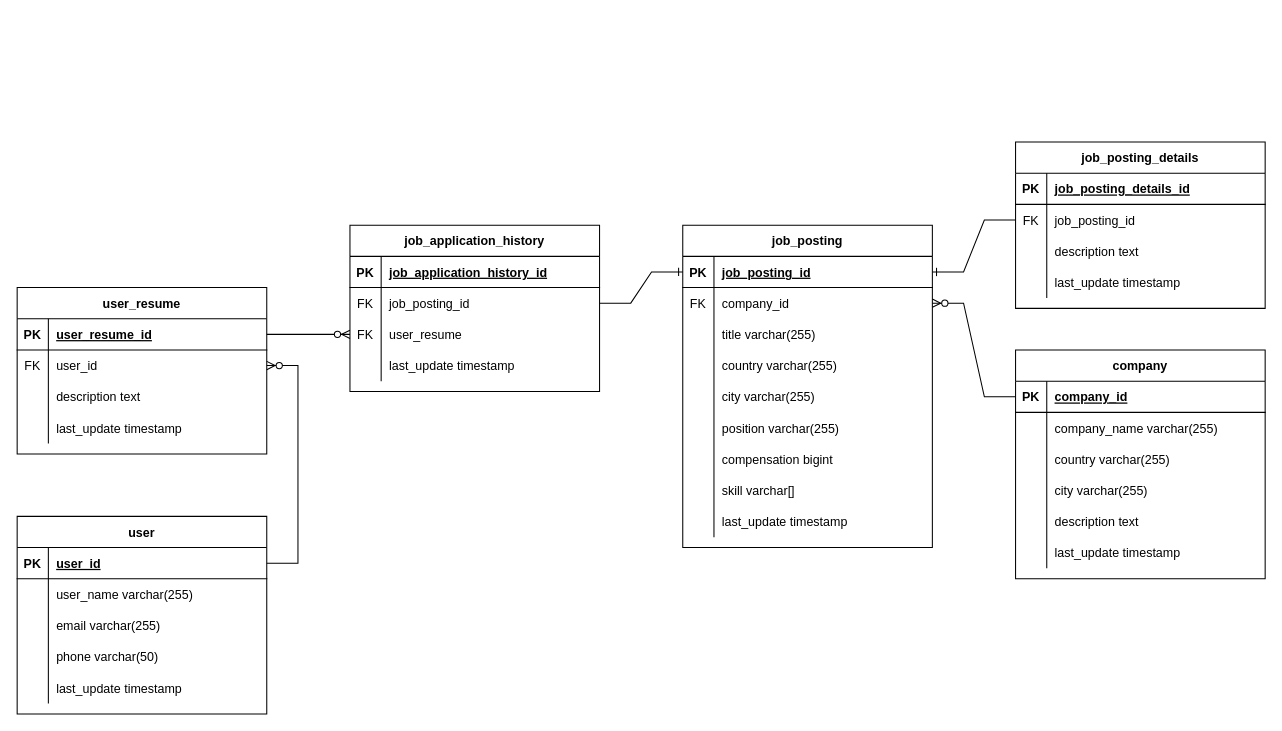
This is document/ERD.drawio from O0oO0Oo/wanted-pre-onboarding-backend, a draw.io file, before an edit. Source tidied: cells renumbered, new cells numbered last; positions are measured from the earlier drawing's top-left corner, leaving out a move shared by most shapes. Both pictures are drawn from the tidied source at 104%, with x=0, y=0 at pixel (17, 141).
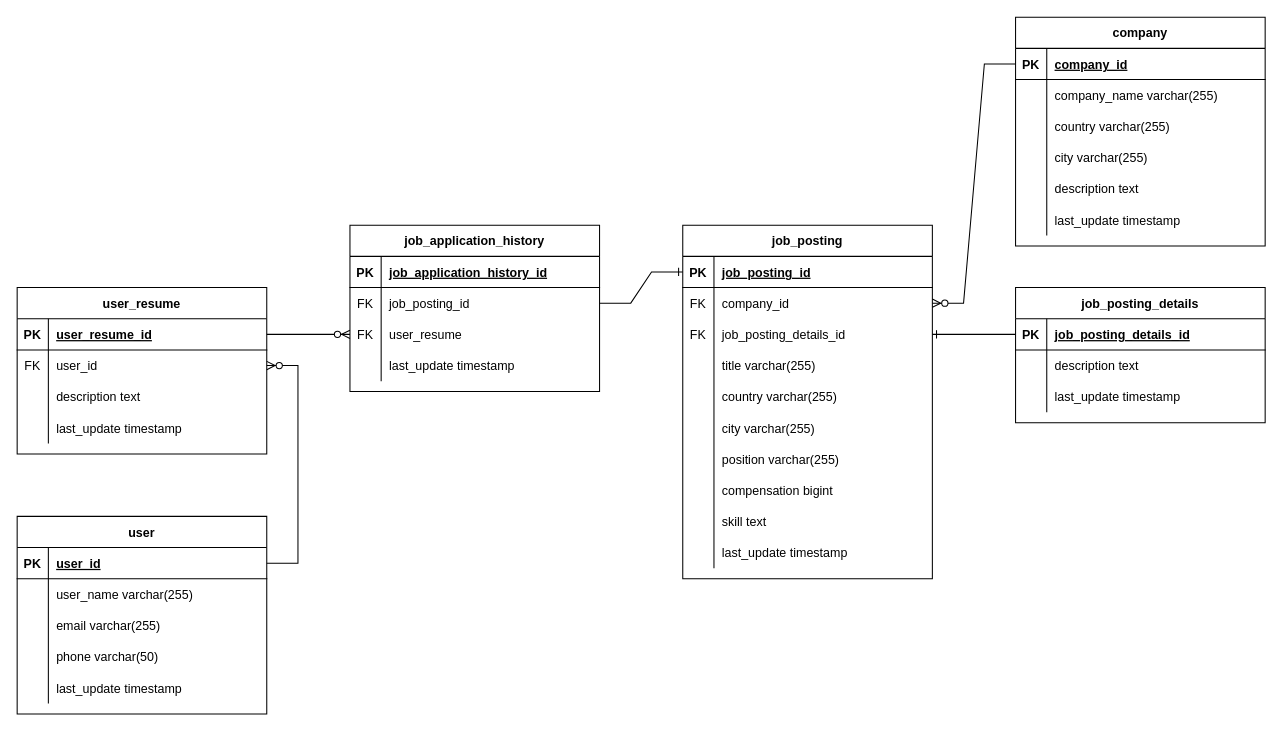
The same page after the edit.

Unchanged cells that the change refers to:
```xml
<mxCell id="3" style="shape=partialRectangle;fillColor=none;points=[[0,0.5],[1,0.5]];portConstraint=eastwest;top=0;left=0;right=0;bottom=1;" parent="2" vertex="1">
  <mxGeometry y="30" width="240" height="30" as="geometry" />
</mxCell>
<mxCell id="79" style="shape=partialRectangle;fillColor=none;points=[[0,0.5],[1,0.5]];portConstraint=eastwest;top=0;left=0;right=0;bottom=1;" parent="78" vertex="1">
  <mxGeometry y="30" width="240" height="30" as="geometry" />
</mxCell>
<mxCell id="82" style="shape=partialRectangle;fillColor=none;points=[[0,0.5],[1,0.5]];portConstraint=eastwest;top=0;left=0;right=0;bottom=0;" parent="78" vertex="1">
  <mxGeometry y="60" width="240" height="30" as="geometry" />
</mxCell>
```

Diff of the diagram source:
```diff
@@
     <mxCell id="2" value="job_posting" style="shape=table;startSize=30;childLayout=tableLayout;rowLines=0;fontStyle=1;align=center;" parent="1" vertex="1">
-      <mxGeometry x="640" y="80" width="240" height="310" as="geometry" />
+      <mxGeometry x="640" y="80" width="240" height="340" as="geometry" />
     </mxCell>
@@
+    <mxCell id="85" style="shape=partialRectangle;fillColor=none;points=[[0,0.5],[1,0.5]];portConstraint=eastwest;top=0;left=0;right=0;bottom=0;" parent="2" vertex="1">
+      <mxGeometry y="90" width="240" height="30" as="geometry" />
+    </mxCell>
+    <mxCell id="83" value="FK" style="shape=partialRectangle;overflow=hidden;fillColor=none;top=0;left=0;bottom=0;right=0;" parent="85" vertex="1">
+      <mxGeometry width="30" height="30" as="geometry" />
+    </mxCell>
+    <mxCell id="109" value="job_posting_details_id" style="shape=partialRectangle;overflow=hidden;fillColor=none;top=0;left=0;bottom=0;right=0;align=left;spacingLeft=6;" parent="85" vertex="1">
+      <mxGeometry x="30" width="210" height="30" as="geometry" />
+    </mxCell>
     <mxCell id="9" style="shape=partialRectangle;fillColor=none;top=0;left=0;right=0;bottom=0;" parent="2" vertex="1">
-      <mxGeometry y="90" width="240" height="30" as="geometry" />
+      <mxGeometry y="120" width="240" height="30" as="geometry" />
     </mxCell>
@@
     <mxCell id="12" style="shape=partialRectangle;fillColor=none;top=0;left=0;right=0;bottom=0;" parent="2" vertex="1">
-      <mxGeometry y="120" width="240" height="30" as="geometry" />
+      <mxGeometry y="150" width="240" height="30" as="geometry" />
     </mxCell>
@@
     <mxCell id="15" style="shape=partialRectangle;fillColor=none;top=0;left=0;right=0;bottom=0;" parent="2" vertex="1">
-      <mxGeometry y="150" width="240" height="30" as="geometry" />
+      <mxGeometry y="180" width="240" height="30" as="geometry" />
     </mxCell>
@@
     <mxCell id="18" style="shape=partialRectangle;fillColor=none;top=0;left=0;right=0;bottom=0;" parent="2" vertex="1">
-      <mxGeometry y="180" width="240" height="30" as="geometry" />
+      <mxGeometry y="210" width="240" height="30" as="geometry" />
     </mxCell>
@@
     <mxCell id="21" style="shape=partialRectangle;fillColor=none;top=0;left=0;right=0;bottom=0;" parent="2" vertex="1">
-      <mxGeometry y="210" width="240" height="30" as="geometry" />
+      <mxGeometry y="240" width="240" height="30" as="geometry" />
     </mxCell>
@@
     <mxCell id="24" style="shape=partialRectangle;fillColor=none;top=0;left=0;right=0;bottom=0;" parent="2" vertex="1">
-      <mxGeometry y="240" width="240" height="30" as="geometry" />
+      <mxGeometry y="270" width="240" height="30" as="geometry" />
     </mxCell>
@@
-    <mxCell id="26" value="skill varchar[]" style="shape=partialRectangle;overflow=hidden;fillColor=none;top=0;left=0;bottom=0;right=0;align=left;spacingLeft=6;" parent="24" vertex="1">
+    <mxCell id="26" value="skill text" style="shape=partialRectangle;overflow=hidden;fillColor=none;top=0;left=0;bottom=0;right=0;align=left;spacingLeft=6;" parent="24" vertex="1">
       <mxGeometry x="30" width="210" height="30" as="geometry" />
     </mxCell>
     <mxCell id="27" style="shape=partialRectangle;fillColor=none;top=0;left=0;right=0;bottom=0;" parent="2" vertex="1">
-      <mxGeometry y="270" width="240" height="30" as="geometry" />
+      <mxGeometry y="300" width="240" height="30" as="geometry" />
     </mxCell>
@@
     <mxCell id="46" value="company" style="shape=table;startSize=30;childLayout=tableLayout;rowLines=0;fontStyle=1;align=center;" parent="1" vertex="1">
-      <mxGeometry x="960" y="200" width="240" height="220" as="geometry" />
+      <mxGeometry x="960" y="-120" width="240" height="220" as="geometry" />
     </mxCell>
@@
     <mxCell id="78" value="job_posting_details" style="shape=table;startSize=30;childLayout=tableLayout;rowLines=0;fontStyle=1;align=center;" parent="1" vertex="1">
-      <mxGeometry x="960" width="240" height="160" as="geometry" />
+      <mxGeometry x="960" y="140" width="240" height="130" as="geometry" />
     </mxCell>
@@
-    <mxCell id="83" value="FK" style="shape=partialRectangle;overflow=hidden;fillColor=none;top=0;left=0;bottom=0;right=0;" parent="82" vertex="1">
-      <mxGeometry width="30" height="30" as="geometry" />
-    </mxCell>
-    <mxCell id="84" value="job_posting_id" style="shape=partialRectangle;overflow=hidden;fillColor=none;top=0;left=0;bottom=0;right=0;align=left;spacingLeft=6;" parent="82" vertex="1">
-      <mxGeometry x="30" width="210" height="30" as="geometry" />
-    </mxCell>
-    <mxCell id="85" style="shape=partialRectangle;fillColor=none;points=[[0,0.5],[1,0.5]];portConstraint=eastwest;top=0;left=0;right=0;bottom=0;" parent="78" vertex="1">
-      <mxGeometry y="90" width="240" height="30" as="geometry" />
-    </mxCell>
-    <mxCell id="86" style="shape=partialRectangle;overflow=hidden;fillColor=none;top=0;left=0;bottom=0;right=0;" parent="85" vertex="1">
+    <mxCell id="86" style="shape=partialRectangle;overflow=hidden;fillColor=none;top=0;left=0;bottom=0;right=0;" parent="82" vertex="1">
       <mxGeometry width="30" height="30" as="geometry" />
     </mxCell>
-    <mxCell id="87" value="description text" style="shape=partialRectangle;overflow=hidden;fillColor=none;top=0;left=0;bottom=0;right=0;align=left;spacingLeft=6;" parent="85" vertex="1">
+    <mxCell id="87" value="description text" style="shape=partialRectangle;overflow=hidden;fillColor=none;top=0;left=0;bottom=0;right=0;align=left;spacingLeft=6;" parent="82" vertex="1">
       <mxGeometry x="30" width="210" height="30" as="geometry" />
     </mxCell>
     <mxCell id="88" style="shape=partialRectangle;fillColor=none;top=0;left=0;right=0;bottom=0;" parent="78" vertex="1">
-      <mxGeometry y="120" width="240" height="30" as="geometry" />
+      <mxGeometry y="90" width="240" height="30" as="geometry" />
     </mxCell>
@@
-    <mxCell id="107" style="edgeStyle=entityRelationEdgeStyle;fontSize=12;html=1;endArrow=ERone;endFill=1;rounded=0;exitX=0;exitY=0.5;exitDx=0;exitDy=0;entryX=1;entryY=0.5;entryDx=0;entryDy=0;" parent="1" edge="1" source="82" target="3">
-      <mxGeometry relative="1" as="geometry" />
-    </mxCell>
@@
+    <mxCell id="110" style="edgeStyle=entityRelationEdgeStyle;fontSize=12;html=1;endArrow=ERone;endFill=1;rounded=0;exitX=0;exitY=0.5;exitDx=0;exitDy=0;entryX=1;entryY=0.5;entryDx=0;entryDy=0;" parent="1" edge="1" source="79" target="85">
+      <mxGeometry relative="1" as="geometry" />
+    </mxCell>
```
